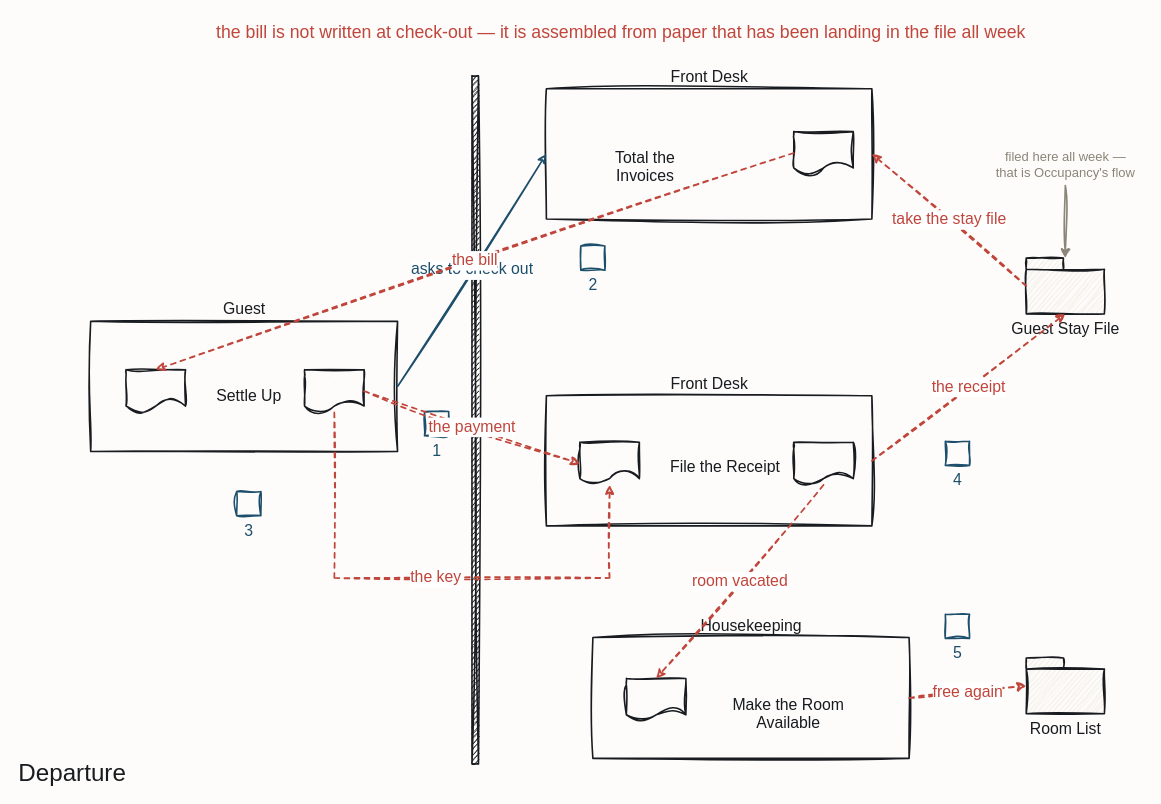
Above: resources/Departure.drawio in iancooper/practical-messaging (draw.io), before the change. Source tidied: cells renumbered, new cells numbered last; positions are measured from the earlier drawing's top-left corner, leaving out a move shared by most shapes. Both pictures are drawn from the tidied source at 93%, with x=0, y=0 at pixel (16, 16).
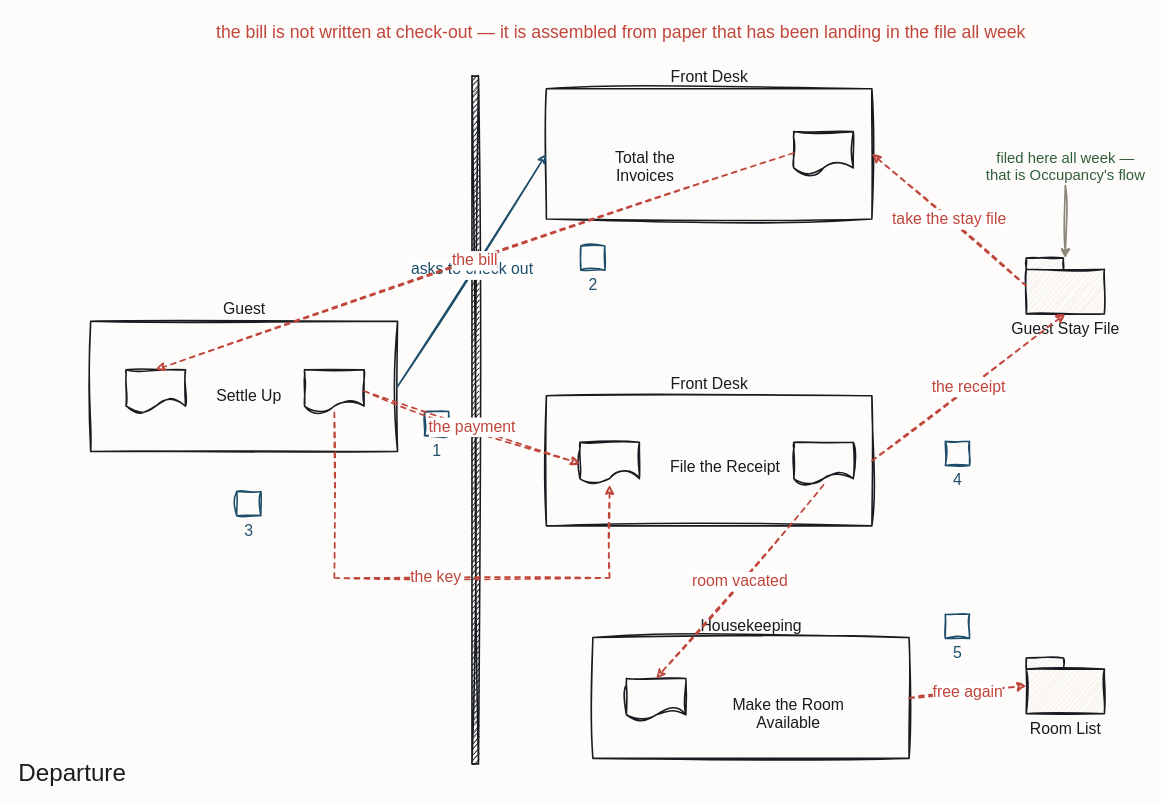
The same diagram, later.

Unchanged cells that the change refers to:
```xml
<mxCell id="12" value="Guest Stay File" style="sketch=1;hachureGap=4;jiggle=2;curveFitting=1;fontFamily=Caveat;html=1;shape=folder;tabWidth=40;tabHeight=12;tabPosition=left;verticalLabelPosition=bottom;verticalAlign=top;strokeColor=#181B1F;strokeWidth=1.7;fillColor=#F3EFE6;fontColor=#181B1F;fontSize=17;" parent="1" vertex="1">
  <mxGeometry x="1086" y="260" width="84" height="60" as="geometry" />
</mxCell>
```

Change to the diagram source:
```diff
@@
-    <mxCell id="13" value="filed here all week —&#10;that is Occupancy's flow" style="text;html=1;align=center;fontFamily=Caveat;fontSize=14;fontColor=#8A8578;" parent="1" vertex="1">
+    <mxCell id="13" value="filed here all week —&#10;that is Occupancy's flow" style="text;html=1;align=center;fontFamily=Caveat;fontSize=16;fontColor=#2F5D3A;" parent="1" vertex="1">
       <mxGeometry x="1068" y="136" width="120" height="20" as="geometry" />
     </mxCell>
@@
-    <mxCell id="27" style="sketch=1;jiggle=2;curveFitting=1;edgeStyle=none;rounded=0;strokeColor=#8A8578;strokeWidth=1.8;fontFamily=Caveat;fontSize=17;fontColor=#8A8578;html=1;entryX=0.5;entryY=0.0;entryDx=0;entryDy=0;" parent="1" edge="1" target="12">
+    <mxCell id="27" style="sketch=1;jiggle=2;curveFitting=1;edgeStyle=none;rounded=0;strokeColor=#8A8578;strokeWidth=1.8;fontFamily=Caveat;fontSize=17;fontColor=#2F5D3A;html=1;entryX=0.5;entryY=0.0;entryDx=0;entryDy=0;" parent="1" edge="1" target="12">
       <mxGeometry relative="1" as="geometry">
         <mxPoint x="1128" y="182" as="sourcePoint" />
       </mxGeometry>
     </mxCell>
```
